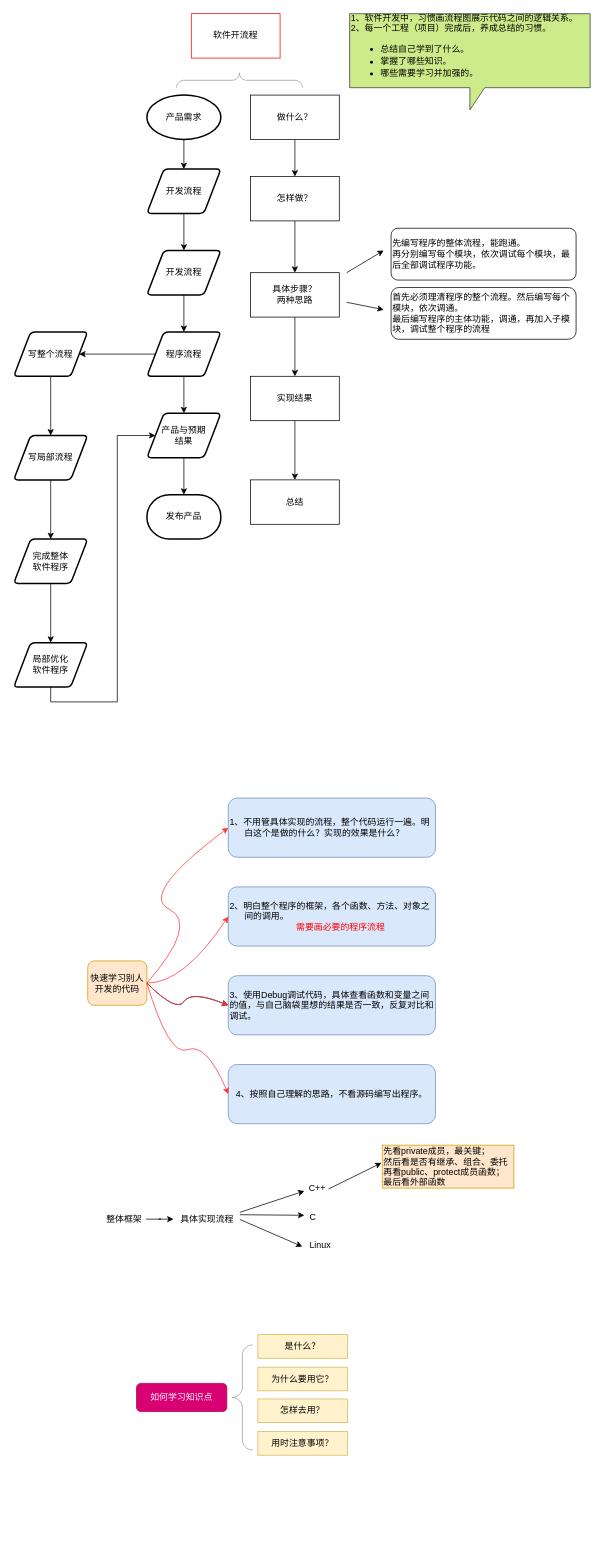
Earlier version of the draw.io diagram page "第 1 页" (1 of 2) of Product/软件开发感悟.drawio (JohnJeep/Learning-CS-Journey). Source tidied: cells renumbered, new cells numbered last; positions are measured from the earlier drawing's top-left corner, leaving out a move shared by most shapes. Both pictures are drawn from the tidied source at 74%, with x=0, y=0 at pixel (13, 13).
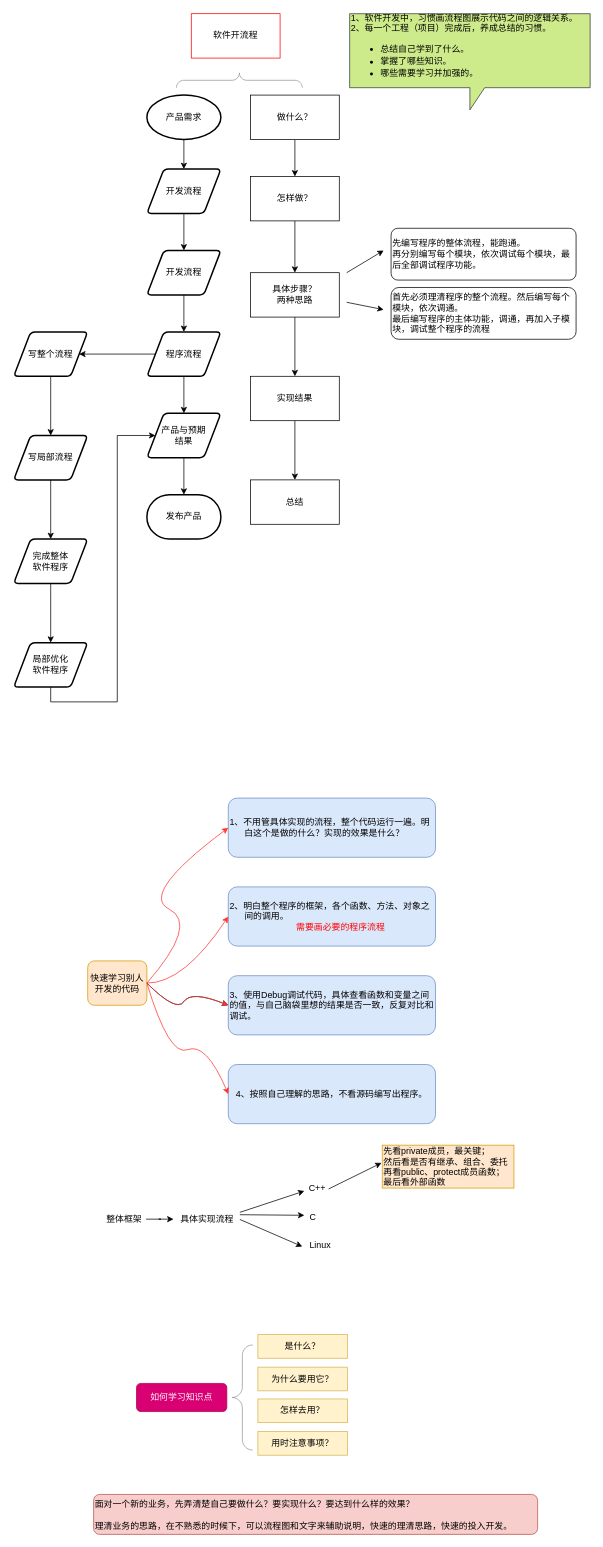
After the change.

Change to the diagram source:
```diff
@@
+    <mxCell id="65" value="面对一个新的业务，先弄清楚自己要做什么？要实现什么？要达到什么样的效果？&lt;br&gt;&lt;br&gt;理清业务的思路，在不熟悉的时候下，可以流程图和文字来辅助说明，快速的理清思路，快速的投入开发。" style="rounded=1;whiteSpace=wrap;html=1;align=left;verticalAlign=top;fillColor=#f8cecc;strokeColor=#b85450;" parent="1" vertex="1">
+      <mxGeometry x="108" y="2001" width="600" height="54" as="geometry" />
+    </mxCell>
```
